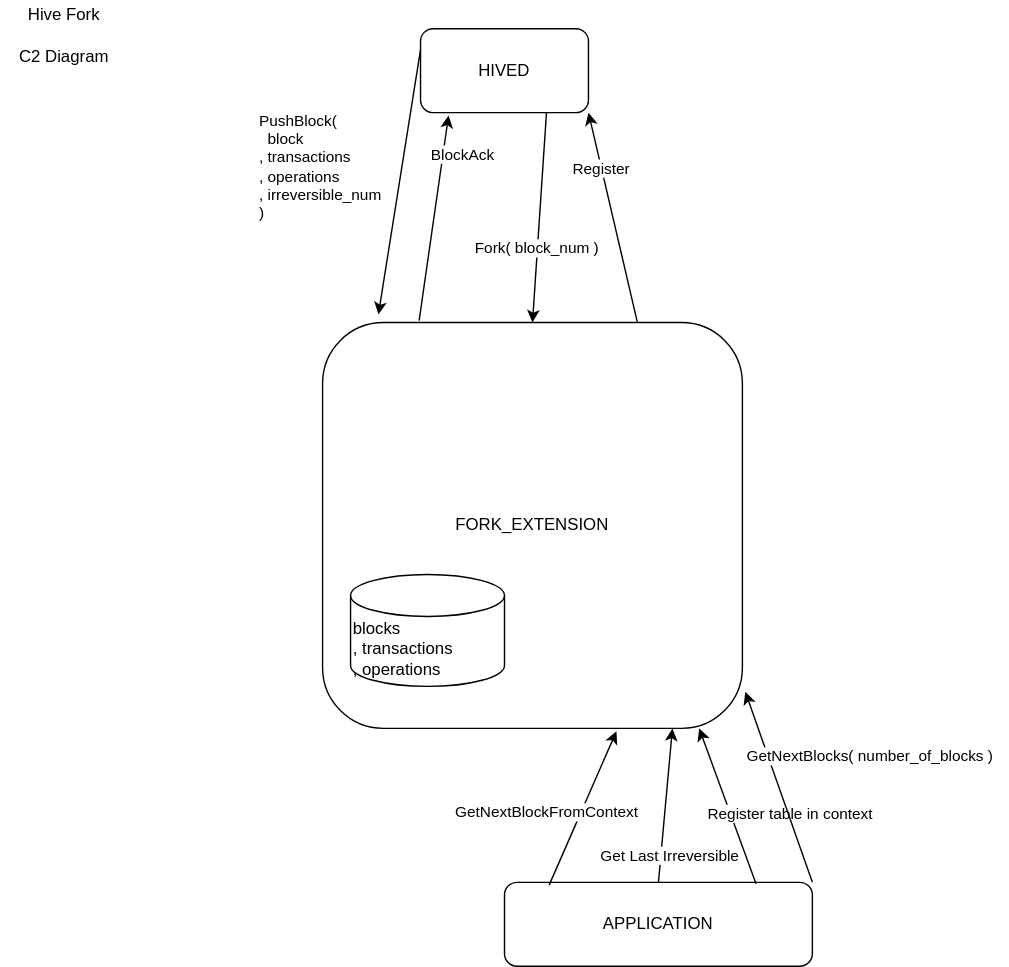
Above: doc/c2hive_fork.svg in openhive-network/HAfAH (draw.io), before the change. Source tidied: cells renumbered, new cells last; positions are measured from the earlier drawing's top-left corner, leaving out a move shared by most shapes.
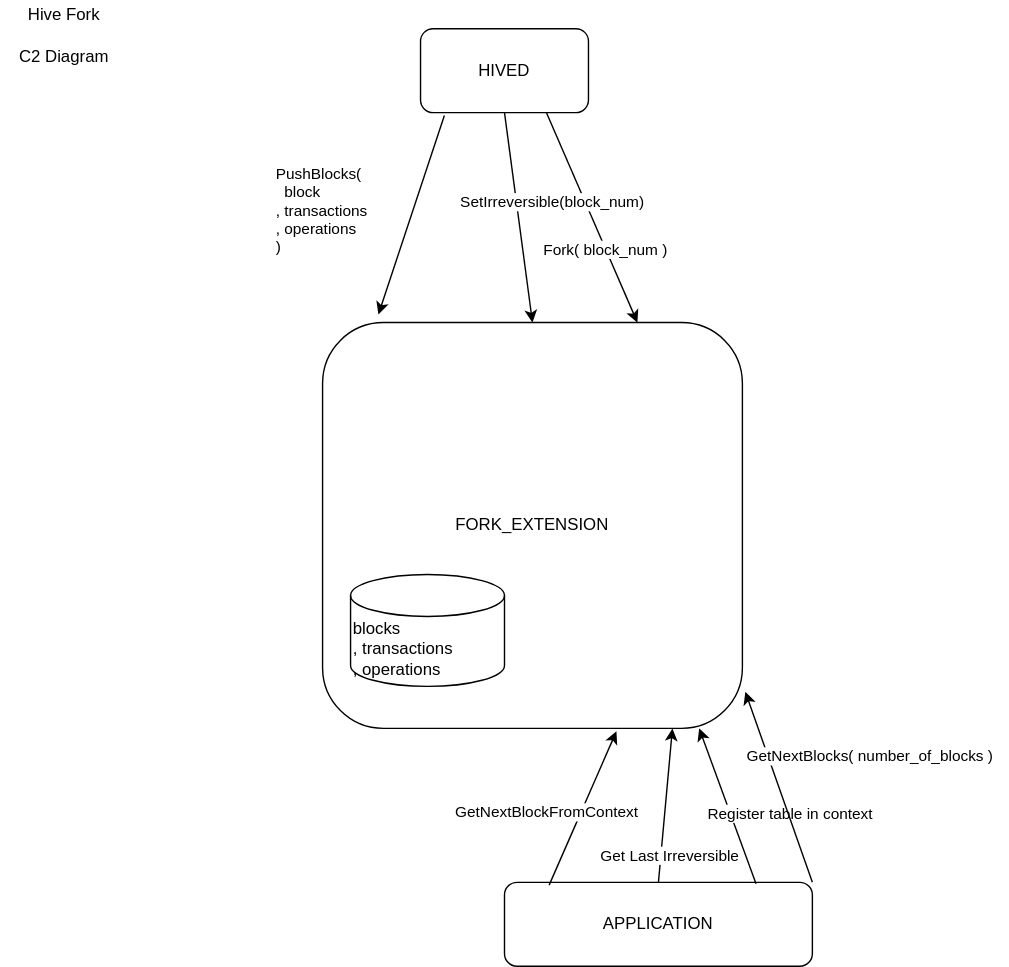
The same file after the commit.

What changed in the source:
```diff
@@ -11,34 +11,20 @@
     <mxCell id="4" value="&lt;div&gt;blocks&lt;br&gt;&lt;/div&gt;&lt;div&gt;, transactions&lt;/div&gt;&lt;div&gt;, operations&lt;br&gt;&lt;/div&gt;" style="shape=cylinder3;whiteSpace=wrap;html=1;boundedLbl=1;backgroundOutline=1;size=15;align=left;" parent="1" vertex="1">
       <mxGeometry x="250" y="410" width="110" height="80" as="geometry" />
     </mxCell>
-    <mxCell id="5" style="endArrow=classic;html=1;entryX=1;entryY=1;entryDx=0;entryDy=0;exitX=0.75;exitY=0;exitDx=0;exitDy=0;" parent="1" edge="1" source="3" target="2">
-      <mxGeometry relative="1" as="geometry" />
-    </mxCell>
-    <mxCell id="6" value="Register" style="edgeLabel;html=1;align=center;verticalAlign=middle;" parent="5" vertex="1">
-      <mxGeometry x="0.48" y="1" relative="1" as="geometry" />
-    </mxCell>
-    <mxCell id="7" style="endArrow=classic;html=1;entryX=0.5;entryY=0;entryDx=0;entryDy=0;exitX=0.75;exitY=1;exitDx=0;exitDy=0;" parent="1" edge="1" source="2" target="3">
+    <mxCell id="7" style="endArrow=classic;html=1;entryX=0.75;entryY=0;entryDx=0;entryDy=0;exitX=0.75;exitY=1;exitDx=0;exitDy=0;" parent="1" edge="1" source="2" target="3">
       <mxGeometry relative="1" as="geometry" />
     </mxCell>
     <mxCell id="8" value="Fork( block_num )" style="edgeLabel;html=1;align=center;verticalAlign=middle;" parent="7" vertex="1">
       <mxGeometry x="0.29" y="-1" relative="1" as="geometry" />
     </mxCell>
-    <mxCell id="9" style="endArrow=classic;html=1;exitX=0;exitY=0.25;exitDx=0;exitDy=0;entryX=0.133;entryY=-0.02;entryDx=0;entryDy=0;entryPerimeter=0;" parent="1" edge="1" source="2" target="3">
+    <mxCell id="9" style="endArrow=classic;html=1;exitX=0.142;exitY=1.033;exitDx=0;exitDy=0;entryX=0.133;entryY=-0.02;entryDx=0;entryDy=0;entryPerimeter=0;exitPerimeter=0;" parent="1" edge="1" source="2" target="3">
       <mxGeometry relative="1" as="geometry" />
     </mxCell>
-    <mxCell id="10" value="&lt;div align=&quot;left&quot;&gt;PushBlock(&lt;/div&gt;&lt;div align=&quot;left&quot;&gt;&amp;nbsp; block&lt;/div&gt;&lt;div align=&quot;left&quot;&gt;, transactions&lt;/div&gt;&lt;div align=&quot;left&quot;&gt;, operations&lt;/div&gt;&lt;div align=&quot;left&quot;&gt;, irreversible_num&lt;/div&gt;&lt;div align=&quot;left&quot;&gt;)&lt;/div&gt;" style="edgeLabel;html=1;align=left;verticalAlign=middle;" parent="9" vertex="1">
+    <mxCell id="10" value="&lt;div align=&quot;left&quot;&gt;PushBlocks(&lt;/div&gt;&lt;div align=&quot;left&quot;&gt;&amp;nbsp; block&lt;/div&gt;&lt;div align=&quot;left&quot;&gt;, transactions&lt;/div&gt;&lt;div align=&quot;left&quot;&gt;, operations&lt;/div&gt;&lt;div align=&quot;left&quot;&gt;)&lt;/div&gt;" style="edgeLabel;html=1;align=left;verticalAlign=middle;" parent="9" vertex="1">
       <mxGeometry x="-0.35" relative="1" as="geometry">
         <mxPoint x="-107" y="22" as="offset" />
       </mxGeometry>
     </mxCell>
-    <mxCell id="11" style="endArrow=classic;html=1;entryX=0.167;entryY=1.033;entryDx=0;entryDy=0;entryPerimeter=0;exitX=0.23;exitY=-0.005;exitDx=0;exitDy=0;exitPerimeter=0;" parent="1" edge="1" source="3" target="2">
-      <mxGeometry relative="1" as="geometry" />
-    </mxCell>
-    <mxCell id="12" value="BlockAck" style="edgeLabel;html=1;align=center;verticalAlign=middle;" parent="11" vertex="1">
-      <mxGeometry x="0.4" relative="1" as="geometry">
-        <mxPoint x="16" y="-16" as="offset" />
-      </mxGeometry>
-    </mxCell>
     <mxCell id="13" value="APPLICATION" style="rounded=1;whiteSpace=wrap;html=1;align=center;" parent="1" vertex="1">
       <mxGeometry x="360" y="630" width="220" height="60" as="geometry" />
     </mxCell>
@@ -82,5 +68,13 @@
     <mxCell id="23" value="Hive Fork" style="text;html=1;align=center;verticalAlign=middle;strokeColor=none;" parent="1" vertex="1">
       <mxGeometry x="5" width="80" height="20" as="geometry" />
     </mxCell>
+    <mxCell id="24" style="endArrow=classic;html=1;exitX=0.5;exitY=1;exitDx=0;exitDy=0;entryX=0.5;entryY=0;entryDx=0;entryDy=0;" parent="1" edge="1" source="2" target="3">
+      <mxGeometry relative="1" as="geometry" />
+    </mxCell>
+    <mxCell id="25" value="SetIrreversible(block_num)" style="edgeLabel;html=1;align=center;verticalAlign=middle;" parent="24" vertex="1">
+      <mxGeometry x="0.21" relative="1" as="geometry">
+        <mxPoint x="21" y="-28" as="offset" />
+      </mxGeometry>
+    </mxCell>
   </root>
 </mxGraphModel>
```
